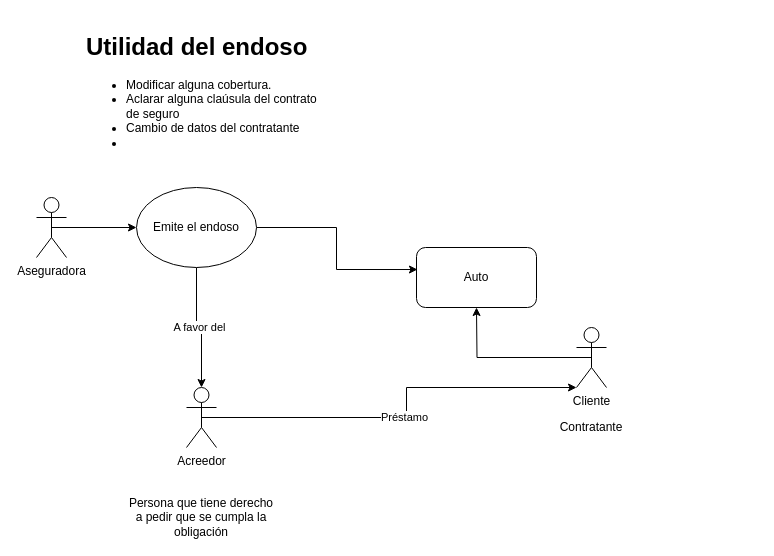
Before: EndosoPoliza.drawio in JossephModoCoope/FlowChartIsLife, a draw.io diagram. Source tidied: cells renumbered, new cells numbered last; positions are measured from the earlier drawing's top-left corner, leaving out a move shared by most shapes. Both pictures are drawn from the tidied source at 100%, with x=0, y=0 at pixel (36, 27).
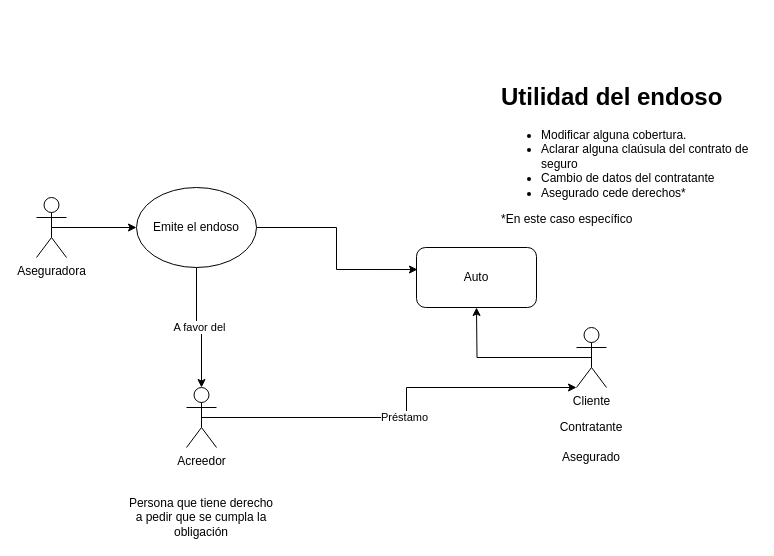
The same page after the edit.

Change to the diagram source:
```diff
@@
 <mxGraphModel>
   <root>
     <mxCell id="0" />
     <mxCell id="1" parent="0" />
     <mxCell id="2" style="edgeStyle=orthogonalEdgeStyle;rounded=0;jettySize=auto;html=1;exitX=0.5;exitY=0.5;exitDx=0;exitDy=0;exitPerimeter=0;" parent="1" edge="1" source="3" target="8">
       <mxGeometry relative="1" as="geometry" />
     </mxCell>
     <mxCell id="3" value="Aseguradora" style="shape=umlActor;verticalLabelPosition=bottom;verticalAlign=top;html=1;outlineConnect=0;" parent="1" vertex="1">
       <mxGeometry y="170" width="30" height="60" as="geometry" />
     </mxCell>
     <mxCell id="4" style="edgeStyle=orthogonalEdgeStyle;rounded=0;jettySize=auto;html=1;exitX=0.5;exitY=0.5;exitDx=0;exitDy=0;exitPerimeter=0;" parent="1" edge="1" source="5">
       <mxGeometry relative="1" as="geometry">
         <mxPoint x="440" y="280" as="targetPoint" />
       </mxGeometry>
     </mxCell>
     <mxCell id="5" value="Cliente" style="shape=umlActor;verticalLabelPosition=bottom;verticalAlign=top;html=1;outlineConnect=0;" parent="1" vertex="1">
       <mxGeometry x="540" y="300" width="30" height="60" as="geometry" />
     </mxCell>
     <mxCell id="6" style="edgeStyle=orthogonalEdgeStyle;rounded=0;jettySize=auto;html=1;exitX=1;exitY=0.5;exitDx=0;exitDy=0;entryX=0.008;entryY=0.367;entryDx=0;entryDy=0;entryPerimeter=0;" parent="1" edge="1" source="8" target="9">
       <mxGeometry relative="1" as="geometry" />
     </mxCell>
     <mxCell id="7" value="A favor del" style="edgeStyle=orthogonalEdgeStyle;rounded=0;jettySize=auto;html=1;entryX=0.5;entryY=0;entryDx=0;entryDy=0;entryPerimeter=0;" parent="1" edge="1" source="8" target="11">
       <mxGeometry relative="1" as="geometry" />
     </mxCell>
     <mxCell id="8" value="Emite el endoso" style="ellipse;whiteSpace=wrap;html=1;" parent="1" vertex="1">
       <mxGeometry x="100" y="160" width="120" height="80" as="geometry" />
     </mxCell>
     <mxCell id="9" value="Auto" style="rounded=1;whiteSpace=wrap;html=1;" parent="1" vertex="1">
       <mxGeometry x="380" y="220" width="120" height="60" as="geometry" />
     </mxCell>
     <mxCell id="10" value="Préstamo" style="edgeStyle=orthogonalEdgeStyle;rounded=0;jettySize=auto;html=1;exitX=0.5;exitY=0.5;exitDx=0;exitDy=0;exitPerimeter=0;entryX=0;entryY=1;entryDx=0;entryDy=0;entryPerimeter=0;" parent="1" edge="1" source="11" target="5">
       <mxGeometry relative="1" as="geometry">
         <Array as="points">
           <mxPoint x="370" y="390" />
           <mxPoint x="370" y="360" />
         </Array>
       </mxGeometry>
     </mxCell>
     <mxCell id="11" value="Acreedor" style="shape=umlActor;verticalLabelPosition=bottom;verticalAlign=top;html=1;outlineConnect=0;" parent="1" vertex="1">
       <mxGeometry x="150" y="360" width="30" height="60" as="geometry" />
     </mxCell>
     <mxCell id="12" value="Persona que tiene derecho a pedir que se cumpla la obligación" style="text;html=1;strokeColor=none;fillColor=none;align=center;verticalAlign=middle;whiteSpace=wrap;rounded=0;" parent="1" vertex="1">
       <mxGeometry x="90" y="480" width="150" height="20" as="geometry" />
     </mxCell>
-    <mxCell id="13" value="&lt;h1&gt;Utilidad del endoso&lt;/h1&gt;&lt;p&gt;&lt;/p&gt;&lt;ul&gt;&lt;li&gt;Modificar alguna cobertura.&lt;/li&gt;&lt;li&gt;Aclarar alguna claúsula del contrato de seguro&lt;/li&gt;&lt;li&gt;Cambio de datos del contratante&lt;/li&gt;&lt;li&gt;&lt;br&gt;&lt;/li&gt;&lt;/ul&gt;&lt;p&gt;&lt;/p&gt;" style="text;html=1;strokeColor=none;fillColor=none;spacing=5;spacingTop=-20;whiteSpace=wrap;overflow=hidden;rounded=0;" parent="1" vertex="1">
-      <mxGeometry x="45" width="240" height="120" as="geometry" />
+    <mxCell id="13" value="&lt;h1&gt;Utilidad del endoso&lt;/h1&gt;&lt;p&gt;&lt;/p&gt;&lt;ul&gt;&lt;li&gt;Modificar alguna cobertura.&lt;/li&gt;&lt;li&gt;Aclarar alguna claúsula del contrato de seguro&lt;/li&gt;&lt;li&gt;Cambio de datos del contratante&lt;/li&gt;&lt;li&gt;Asegurado cede derechos*&lt;/li&gt;&lt;/ul&gt;&lt;div&gt;*En este caso específico&lt;/div&gt;&lt;p&gt;&lt;/p&gt;" style="text;html=1;strokeColor=none;fillColor=none;spacing=5;spacingTop=-20;whiteSpace=wrap;overflow=hidden;rounded=0;" parent="1" vertex="1">
+      <mxGeometry x="460" y="50" width="260" height="150" as="geometry" />
     </mxCell>
     <mxCell id="14" value="Contratante" style="text;html=1;strokeColor=none;fillColor=none;align=center;verticalAlign=middle;whiteSpace=wrap;rounded=0;" parent="1" vertex="1">
       <mxGeometry x="480" y="390" width="150" height="20" as="geometry" />
     </mxCell>
+    <mxCell id="15" value="Asegurado" style="text;html=1;strokeColor=none;fillColor=none;align=center;verticalAlign=middle;whiteSpace=wrap;rounded=0;" parent="1" vertex="1">
+      <mxGeometry x="535" y="420" width="40" height="20" as="geometry" />
+    </mxCell>
   </root>
 </mxGraphModel>
```
